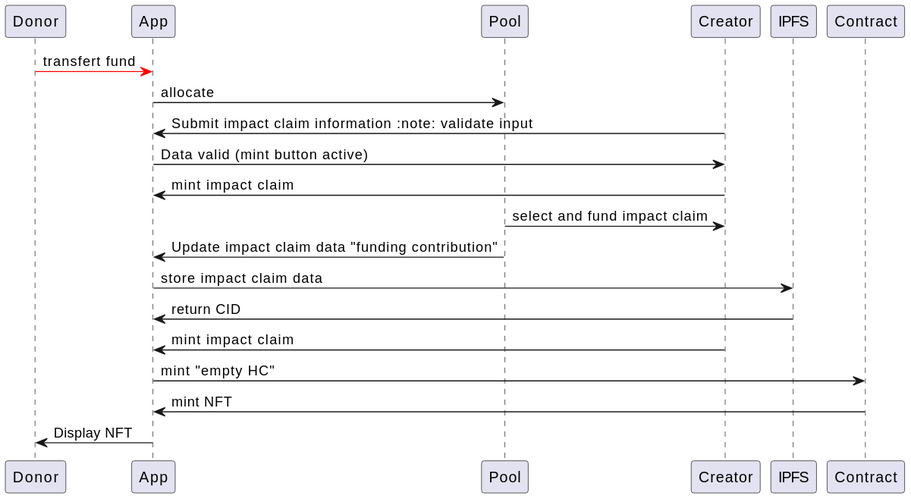
Above: svg/timeline.svg in 31g33k0/presentation_ethberlin (PlantUML), before the change.
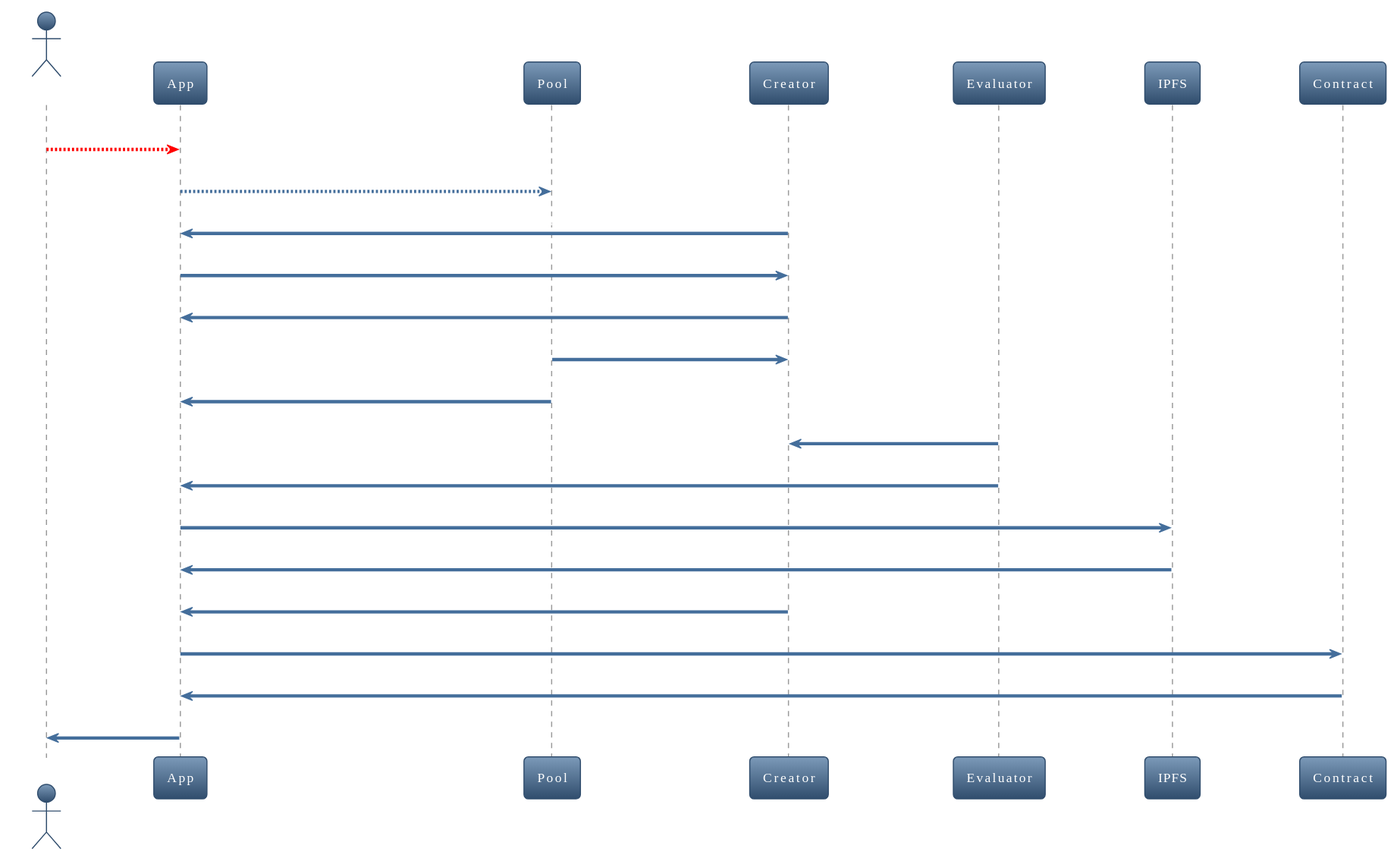
The same file after the commit.

What changed in the source:
```diff
@@ -1,19 +1,21 @@
-@startuml"timeline"
+@startuml timeline
+
+!include config.puml
 
 
-
-participant Donor
-
-Donor -[#red]> App : transfert fund
-App -> Pool: allocate
+Donor -[#red]-> App : transfert fund
+App -[dotted]-> Pool: allocate
 Creator -> App:Submit impact claim information :note: validate input
+participant Evaluator
 App -> Creator : Data valid (mint button active)
 Creator -> App :mint impact claim
 
 
 Pool -> Creator : select and fund impact claim
 Pool -> App:Update impact claim data "funding contribution"
-App -> IPFS : store impact claim data
+Evaluator -> Creator : gains facts about impact
+Evaluator ->App : Pushes facts to APP
+App -> IPFS : store impact claim data & facts
 IPFS -> App : return CID
 
 Creator -> App: mint impact claim
```
